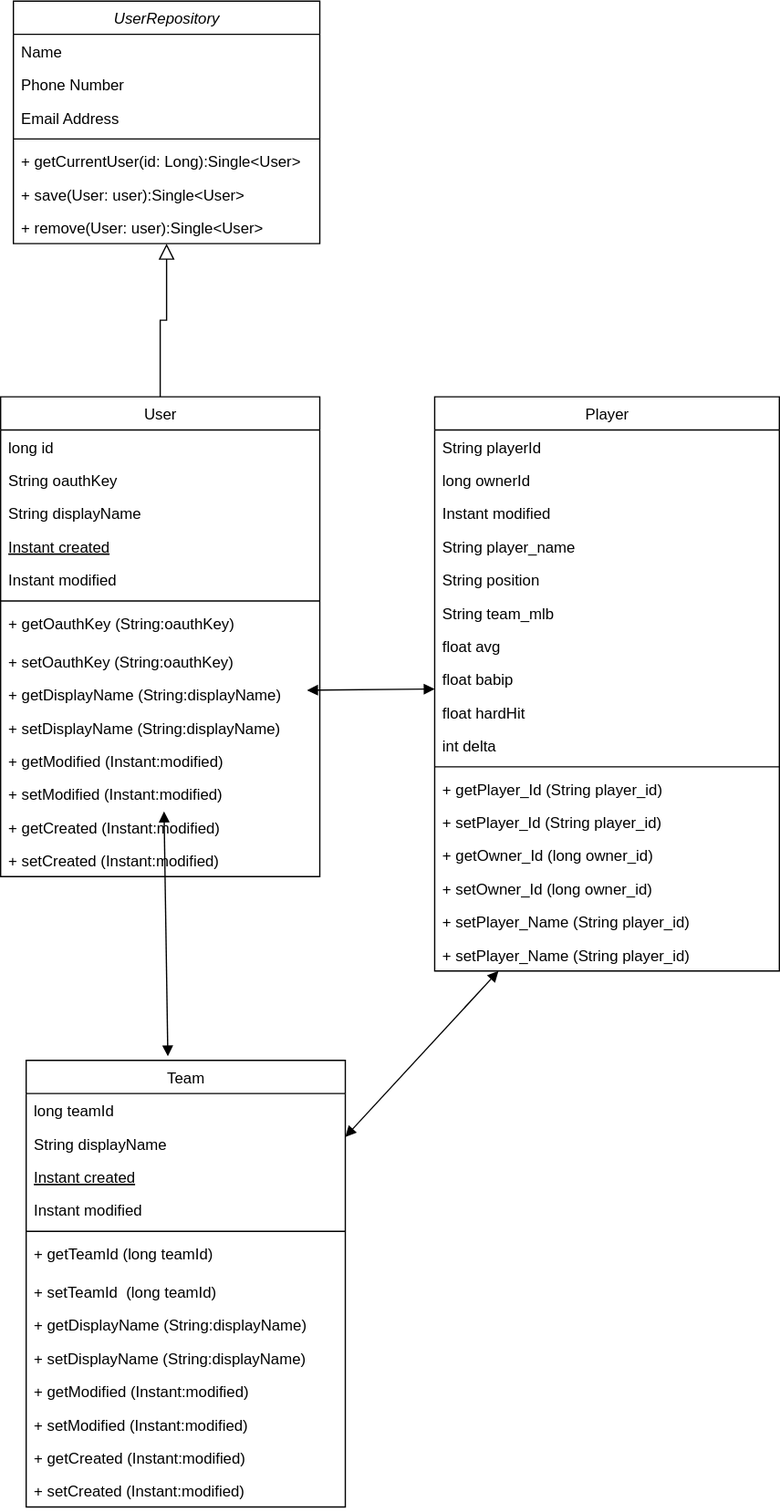
The draw.io diagram docs/img/delta-draft.svg in ddc-java-21/delta-draft-tmomonet, before a commit. Source tidied: cells renumbered, new cells last; positions are measured from the earlier drawing's top-left corner, leaving out a move shared by most shapes. Its diagram source:
```xml
<mxGraphModel>
  <root>
    <mxCell id="0" />
    <mxCell id="1" parent="0" />
    <mxCell id="2" value="UserRepository" style="swimlane;fontStyle=2;align=center;verticalAlign=top;horizontal=1;startSize=26;rounded=0;shadow=0;strokeWidth=1;" parent="1" vertex="1">
      <mxGeometry x="10" width="240" height="190" as="geometry" />
    </mxCell>
    <mxCell id="3" value="Name" style="text;align=left;verticalAlign=top;spacingLeft=4;spacingRight=4;overflow=hidden;" parent="2" vertex="1">
      <mxGeometry y="26" width="240" height="26" as="geometry" />
    </mxCell>
    <mxCell id="4" value="Phone Number" style="text;align=left;verticalAlign=top;spacingLeft=4;spacingRight=4;overflow=hidden;rounded=0;shadow=0;html=0;" parent="2" vertex="1">
      <mxGeometry y="52" width="240" height="26" as="geometry" />
    </mxCell>
    <mxCell id="5" value="Email Address" style="text;align=left;verticalAlign=top;spacingLeft=4;spacingRight=4;overflow=hidden;rounded=0;shadow=0;html=0;" parent="2" vertex="1">
      <mxGeometry y="78" width="240" height="26" as="geometry" />
    </mxCell>
    <mxCell id="6" style="line;html=1;strokeWidth=1;align=left;verticalAlign=middle;spacingTop=-1;spacingLeft=3;spacingRight=3;labelPosition=right;" parent="2" vertex="1">
      <mxGeometry y="104" width="240" height="8" as="geometry" />
    </mxCell>
    <mxCell id="7" value="+ getCurrentUser(id: Long):Single&lt;User&gt;" style="text;align=left;verticalAlign=top;spacingLeft=4;spacingRight=4;overflow=hidden;" parent="2" vertex="1">
      <mxGeometry y="112" width="240" height="26" as="geometry" />
    </mxCell>
    <mxCell id="8" value="+ save(User: user):Single&lt;User&gt;" style="text;align=left;verticalAlign=top;spacingLeft=4;spacingRight=4;overflow=hidden;" parent="2" vertex="1">
      <mxGeometry y="138" width="240" height="26" as="geometry" />
    </mxCell>
    <mxCell id="9" value="+ remove(User: user):Single&lt;User&gt;" style="text;align=left;verticalAlign=top;spacingLeft=4;spacingRight=4;overflow=hidden;" parent="2" vertex="1">
      <mxGeometry y="164" width="240" height="26" as="geometry" />
    </mxCell>
    <mxCell id="10" value="User" style="swimlane;fontStyle=0;align=center;verticalAlign=top;horizontal=1;startSize=26;rounded=0;shadow=0;strokeWidth=1;" parent="1" vertex="1">
      <mxGeometry y="310" width="250" height="376" as="geometry" />
    </mxCell>
    <mxCell id="11" value="long id" style="text;align=left;verticalAlign=top;spacingLeft=4;spacingRight=4;overflow=hidden;" parent="10" vertex="1">
      <mxGeometry y="26" width="250" height="26" as="geometry" />
    </mxCell>
    <mxCell id="12" value="String oauthKey" style="text;align=left;verticalAlign=top;spacingLeft=4;spacingRight=4;overflow=hidden;rounded=0;shadow=0;html=0;" parent="10" vertex="1">
      <mxGeometry y="52" width="250" height="26" as="geometry" />
    </mxCell>
    <mxCell id="13" value="String displayName" style="text;align=left;verticalAlign=top;spacingLeft=4;spacingRight=4;overflow=hidden;rounded=0;shadow=0;html=0;" parent="10" vertex="1">
      <mxGeometry y="78" width="250" height="26" as="geometry" />
    </mxCell>
    <mxCell id="14" value="Instant created" style="text;align=left;verticalAlign=top;spacingLeft=4;spacingRight=4;overflow=hidden;fontStyle=4;" parent="10" vertex="1">
      <mxGeometry y="104" width="250" height="26" as="geometry" />
    </mxCell>
    <mxCell id="15" value="Instant modified" style="text;align=left;verticalAlign=top;spacingLeft=4;spacingRight=4;overflow=hidden;" parent="10" vertex="1">
      <mxGeometry y="130" width="250" height="26" as="geometry" />
    </mxCell>
    <mxCell id="16" style="line;html=1;strokeWidth=1;align=left;verticalAlign=middle;spacingTop=-1;spacingLeft=3;spacingRight=3;labelPosition=right;" parent="10" vertex="1">
      <mxGeometry y="156" width="250" height="8" as="geometry" />
    </mxCell>
    <mxCell id="17" value="+ getOauthKey (String:oauthKey)" style="text;align=left;verticalAlign=top;spacingLeft=4;spacingRight=4;overflow=hidden;rounded=0;shadow=0;html=0;" parent="10" vertex="1">
      <mxGeometry y="164" width="250" height="30" as="geometry" />
    </mxCell>
    <mxCell id="18" value="+ setOauthKey (String:oauthKey)" style="text;align=left;verticalAlign=top;spacingLeft=4;spacingRight=4;overflow=hidden;fontStyle=0;" parent="10" vertex="1">
      <mxGeometry y="194" width="250" height="26" as="geometry" />
    </mxCell>
    <mxCell id="19" style="endArrow=block;startArrow=block;endFill=1;startFill=1;html=1;rounded=0;entryX=0;entryY=0.808;entryDx=0;entryDy=0;entryPerimeter=0;" parent="10" edge="1" target="35">
      <mxGeometry relative="1" as="geometry">
        <mxPoint x="240" y="230" as="sourcePoint" />
      </mxGeometry>
    </mxCell>
    <mxCell id="20" value="+ getDisplayName (String:displayName)" style="text;align=left;verticalAlign=top;spacingLeft=4;spacingRight=4;overflow=hidden;fontStyle=0;" parent="10" vertex="1">
      <mxGeometry y="220" width="250" height="26" as="geometry" />
    </mxCell>
    <mxCell id="21" value="+ setDisplayName (String:displayName)" style="text;align=left;verticalAlign=top;spacingLeft=4;spacingRight=4;overflow=hidden;fontStyle=0;" parent="10" vertex="1">
      <mxGeometry y="246" width="250" height="26" as="geometry" />
    </mxCell>
    <mxCell id="22" value="+ getModified (Instant:modified)" style="text;align=left;verticalAlign=top;spacingLeft=4;spacingRight=4;overflow=hidden;" parent="10" vertex="1">
      <mxGeometry y="272" width="250" height="26" as="geometry" />
    </mxCell>
    <mxCell id="23" value="+ setModified (Instant:modified)" style="text;align=left;verticalAlign=top;spacingLeft=4;spacingRight=4;overflow=hidden;points=[[0,0.5],[1,0.5]];portConstraint=eastwest;" parent="10" vertex="1">
      <mxGeometry y="298" width="250" height="26" as="geometry" />
    </mxCell>
    <mxCell id="24" value="+ getCreated (Instant:modified)" style="text;align=left;verticalAlign=top;spacingLeft=4;spacingRight=4;overflow=hidden;" parent="10" vertex="1">
      <mxGeometry y="324" width="250" height="26" as="geometry" />
    </mxCell>
    <mxCell id="25" value="+ setCreated (Instant:modified)" style="text;align=left;verticalAlign=top;spacingLeft=4;spacingRight=4;overflow=hidden;" parent="10" vertex="1">
      <mxGeometry y="350" width="250" height="26" as="geometry" />
    </mxCell>
    <mxCell id="26" style="endArrow=block;endSize=10;endFill=0;shadow=0;strokeWidth=1;rounded=0;curved=0;edgeStyle=elbowEdgeStyle;elbow=vertical;" parent="1" edge="1" source="10" target="2">
      <mxGeometry relative="1" as="geometry" />
    </mxCell>
    <mxCell id="27" value="Player" style="swimlane;fontStyle=0;align=center;verticalAlign=top;horizontal=1;startSize=26;rounded=0;shadow=0;strokeWidth=1;" parent="1" vertex="1">
      <mxGeometry x="340" y="310" width="270" height="450" as="geometry" />
    </mxCell>
    <mxCell id="28" value="String playerId" style="text;align=left;verticalAlign=top;spacingLeft=4;spacingRight=4;overflow=hidden;" parent="27" vertex="1">
      <mxGeometry y="26" width="270" height="26" as="geometry" />
    </mxCell>
    <mxCell id="29" value="long ownerId" style="text;align=left;verticalAlign=top;spacingLeft=4;spacingRight=4;overflow=hidden;rounded=0;shadow=0;html=0;" parent="27" vertex="1">
      <mxGeometry y="52" width="270" height="26" as="geometry" />
    </mxCell>
    <mxCell id="30" value="Instant modified" style="text;align=left;verticalAlign=top;spacingLeft=4;spacingRight=4;overflow=hidden;rounded=0;shadow=0;html=0;" parent="27" vertex="1">
      <mxGeometry y="78" width="270" height="26" as="geometry" />
    </mxCell>
    <mxCell id="31" value="String player_name" style="text;align=left;verticalAlign=top;spacingLeft=4;spacingRight=4;overflow=hidden;rounded=0;shadow=0;html=0;" parent="27" vertex="1">
      <mxGeometry y="104" width="270" height="26" as="geometry" />
    </mxCell>
    <mxCell id="32" value="String position" style="text;align=left;verticalAlign=top;spacingLeft=4;spacingRight=4;overflow=hidden;rounded=0;shadow=0;html=0;" parent="27" vertex="1">
      <mxGeometry y="130" width="270" height="26" as="geometry" />
    </mxCell>
    <mxCell id="33" value="String team_mlb" style="text;align=left;verticalAlign=top;spacingLeft=4;spacingRight=4;overflow=hidden;rounded=0;shadow=0;html=0;" parent="27" vertex="1">
      <mxGeometry y="156" width="270" height="26" as="geometry" />
    </mxCell>
    <mxCell id="34" value="float avg" style="text;align=left;verticalAlign=top;spacingLeft=4;spacingRight=4;overflow=hidden;" parent="27" vertex="1">
      <mxGeometry y="182" width="270" height="26" as="geometry" />
    </mxCell>
    <mxCell id="35" value="float babip" style="text;align=left;verticalAlign=top;spacingLeft=4;spacingRight=4;overflow=hidden;points=[[0,0.5],[1,0.5]];portConstraint=eastwest;" parent="27" vertex="1">
      <mxGeometry y="208" width="270" height="26" as="geometry" />
    </mxCell>
    <mxCell id="36" value="float hardHit" style="text;align=left;verticalAlign=top;spacingLeft=4;spacingRight=4;overflow=hidden;rounded=0;shadow=0;html=0;" parent="27" vertex="1">
      <mxGeometry y="234" width="270" height="26" as="geometry" />
    </mxCell>
    <mxCell id="37" value="int delta" style="text;align=left;verticalAlign=top;spacingLeft=4;spacingRight=4;overflow=hidden;rounded=0;shadow=0;html=0;" parent="27" vertex="1">
      <mxGeometry y="260" width="270" height="26" as="geometry" />
    </mxCell>
    <mxCell id="38" style="line;html=1;strokeWidth=1;align=left;verticalAlign=middle;spacingTop=-1;spacingLeft=3;spacingRight=3;labelPosition=right;" parent="27" vertex="1">
      <mxGeometry y="286" width="270" height="8" as="geometry" />
    </mxCell>
    <mxCell id="39" value="+ getPlayer_Id (String player_id)" style="text;align=left;verticalAlign=top;spacingLeft=4;spacingRight=4;overflow=hidden;rounded=0;shadow=0;html=0;" parent="27" vertex="1">
      <mxGeometry y="294" width="270" height="26" as="geometry" />
    </mxCell>
    <mxCell id="40" value="+ setPlayer_Id (String player_id)" style="text;align=left;verticalAlign=top;spacingLeft=4;spacingRight=4;overflow=hidden;rounded=0;shadow=0;html=0;" parent="27" vertex="1">
      <mxGeometry y="320" width="270" height="26" as="geometry" />
    </mxCell>
    <mxCell id="41" value="+ getOwner_Id (long owner_id)" style="text;align=left;verticalAlign=top;spacingLeft=4;spacingRight=4;overflow=hidden;rounded=0;shadow=0;html=0;" parent="27" vertex="1">
      <mxGeometry y="346" width="270" height="26" as="geometry" />
    </mxCell>
    <mxCell id="42" value="+ setOwner_Id (long owner_id)" style="text;align=left;verticalAlign=top;spacingLeft=4;spacingRight=4;overflow=hidden;rounded=0;shadow=0;html=0;" parent="27" vertex="1">
      <mxGeometry y="372" width="270" height="26" as="geometry" />
    </mxCell>
    <mxCell id="43" value="+ setPlayer_Name (String player_id)" style="text;align=left;verticalAlign=top;spacingLeft=4;spacingRight=4;overflow=hidden;rounded=0;shadow=0;html=0;" parent="27" vertex="1">
      <mxGeometry y="398" width="270" height="26" as="geometry" />
    </mxCell>
    <mxCell id="44" value="+ setPlayer_Name (String player_id)" style="text;align=left;verticalAlign=top;spacingLeft=4;spacingRight=4;overflow=hidden;points=[[0,0.5],[1,0.5]];portConstraint=eastwest;rounded=0;shadow=0;html=0;" parent="27" vertex="1">
      <mxGeometry y="424" width="270" height="26" as="geometry" />
    </mxCell>
    <mxCell id="45" style="endArrow=block;startArrow=block;endFill=1;startFill=1;html=1;rounded=0;entryX=0.185;entryY=1;entryDx=0;entryDy=0;entryPerimeter=0;" parent="1" edge="1" target="44">
      <mxGeometry relative="1" as="geometry">
        <mxPoint x="270" y="890" as="sourcePoint" />
      </mxGeometry>
    </mxCell>
    <mxCell id="46" style="endArrow=block;startArrow=block;endFill=1;startFill=1;html=1;rounded=0;entryX=0.512;entryY=1.038;entryDx=0;entryDy=0;entryPerimeter=0;exitX=0.444;exitY=-0.009;exitDx=0;exitDy=0;exitPerimeter=0;" parent="1" edge="1" source="47" target="23">
      <mxGeometry relative="1" as="geometry" />
    </mxCell>
    <mxCell id="47" value="Team" style="swimlane;fontStyle=0;align=center;verticalAlign=top;horizontal=1;startSize=26;rounded=0;shadow=0;strokeWidth=1;" parent="1" vertex="1">
      <mxGeometry x="20" y="830" width="250" height="350" as="geometry" />
    </mxCell>
    <mxCell id="48" value="long teamId" style="text;align=left;verticalAlign=top;spacingLeft=4;spacingRight=4;overflow=hidden;" parent="47" vertex="1">
      <mxGeometry y="26" width="250" height="26" as="geometry" />
    </mxCell>
    <mxCell id="49" value="String displayName" style="text;align=left;verticalAlign=top;spacingLeft=4;spacingRight=4;overflow=hidden;rounded=0;shadow=0;html=0;" parent="47" vertex="1">
      <mxGeometry y="52" width="250" height="26" as="geometry" />
    </mxCell>
    <mxCell id="50" value="Instant created" style="text;align=left;verticalAlign=top;spacingLeft=4;spacingRight=4;overflow=hidden;fontStyle=4;" parent="47" vertex="1">
      <mxGeometry y="78" width="250" height="26" as="geometry" />
    </mxCell>
    <mxCell id="51" value="Instant modified" style="text;align=left;verticalAlign=top;spacingLeft=4;spacingRight=4;overflow=hidden;" parent="47" vertex="1">
      <mxGeometry y="104" width="250" height="26" as="geometry" />
    </mxCell>
    <mxCell id="52" style="line;html=1;strokeWidth=1;align=left;verticalAlign=middle;spacingTop=-1;spacingLeft=3;spacingRight=3;labelPosition=right;" parent="47" vertex="1">
      <mxGeometry y="130" width="250" height="8" as="geometry" />
    </mxCell>
    <mxCell id="53" value="+ getTeamId (long teamId)" style="text;align=left;verticalAlign=top;spacingLeft=4;spacingRight=4;overflow=hidden;rounded=0;shadow=0;html=0;" parent="47" vertex="1">
      <mxGeometry y="138" width="250" height="30" as="geometry" />
    </mxCell>
    <mxCell id="54" value="+ setTeamId  (long teamId)" style="text;align=left;verticalAlign=top;spacingLeft=4;spacingRight=4;overflow=hidden;fontStyle=0;" parent="47" vertex="1">
      <mxGeometry y="168" width="250" height="26" as="geometry" />
    </mxCell>
    <mxCell id="55" value="+ getDisplayName (String:displayName)" style="text;align=left;verticalAlign=top;spacingLeft=4;spacingRight=4;overflow=hidden;fontStyle=0;" parent="47" vertex="1">
      <mxGeometry y="194" width="250" height="26" as="geometry" />
    </mxCell>
    <mxCell id="56" value="+ setDisplayName (String:displayName)" style="text;align=left;verticalAlign=top;spacingLeft=4;spacingRight=4;overflow=hidden;fontStyle=0;" parent="47" vertex="1">
      <mxGeometry y="220" width="250" height="26" as="geometry" />
    </mxCell>
    <mxCell id="57" value="+ getModified (Instant:modified)" style="text;align=left;verticalAlign=top;spacingLeft=4;spacingRight=4;overflow=hidden;" parent="47" vertex="1">
      <mxGeometry y="246" width="250" height="26" as="geometry" />
    </mxCell>
    <mxCell id="58" value="+ setModified (Instant:modified)" style="text;align=left;verticalAlign=top;spacingLeft=4;spacingRight=4;overflow=hidden;" parent="47" vertex="1">
      <mxGeometry y="272" width="250" height="26" as="geometry" />
    </mxCell>
    <mxCell id="59" value="+ getCreated (Instant:modified)" style="text;align=left;verticalAlign=top;spacingLeft=4;spacingRight=4;overflow=hidden;" parent="47" vertex="1">
      <mxGeometry y="298" width="250" height="26" as="geometry" />
    </mxCell>
    <mxCell id="60" value="+ setCreated (Instant:modified)" style="text;align=left;verticalAlign=top;spacingLeft=4;spacingRight=4;overflow=hidden;" parent="47" vertex="1">
      <mxGeometry y="324" width="250" height="26" as="geometry" />
    </mxCell>
  </root>
</mxGraphModel>
```
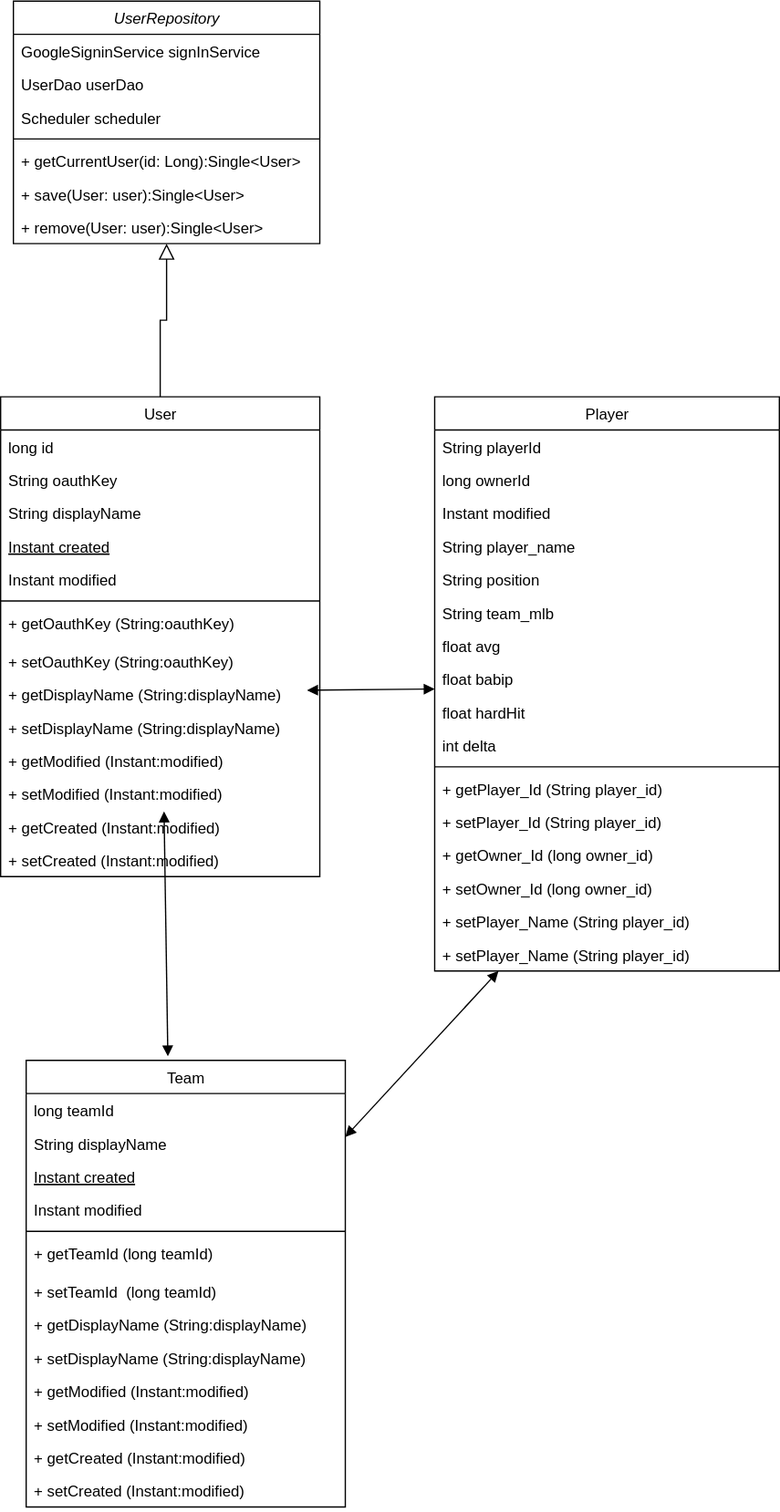
Later version of the same file.

Diff of the diagram source:
```diff
@@ -5,13 +5,13 @@
     <mxCell id="2" value="UserRepository" style="swimlane;fontStyle=2;align=center;verticalAlign=top;horizontal=1;startSize=26;rounded=0;shadow=0;strokeWidth=1;" parent="1" vertex="1">
       <mxGeometry x="10" width="240" height="190" as="geometry" />
     </mxCell>
-    <mxCell id="3" value="Name" style="text;align=left;verticalAlign=top;spacingLeft=4;spacingRight=4;overflow=hidden;" parent="2" vertex="1">
+    <mxCell id="3" value="GoogleSigninService signInService" style="text;align=left;verticalAlign=top;spacingLeft=4;spacingRight=4;overflow=hidden;" parent="2" vertex="1">
       <mxGeometry y="26" width="240" height="26" as="geometry" />
     </mxCell>
-    <mxCell id="4" value="Phone Number" style="text;align=left;verticalAlign=top;spacingLeft=4;spacingRight=4;overflow=hidden;rounded=0;shadow=0;html=0;" parent="2" vertex="1">
+    <mxCell id="4" value="UserDao userDao" style="text;align=left;verticalAlign=top;spacingLeft=4;spacingRight=4;overflow=hidden;rounded=0;shadow=0;html=0;" parent="2" vertex="1">
       <mxGeometry y="52" width="240" height="26" as="geometry" />
     </mxCell>
-    <mxCell id="5" value="Email Address" style="text;align=left;verticalAlign=top;spacingLeft=4;spacingRight=4;overflow=hidden;rounded=0;shadow=0;html=0;" parent="2" vertex="1">
+    <mxCell id="5" value="Scheduler scheduler" style="text;align=left;verticalAlign=top;spacingLeft=4;spacingRight=4;overflow=hidden;rounded=0;shadow=0;html=0;" parent="2" vertex="1">
       <mxGeometry y="78" width="240" height="26" as="geometry" />
     </mxCell>
     <mxCell id="6" style="line;html=1;strokeWidth=1;align=left;verticalAlign=middle;spacingTop=-1;spacingLeft=3;spacingRight=3;labelPosition=right;" parent="2" vertex="1">
```
